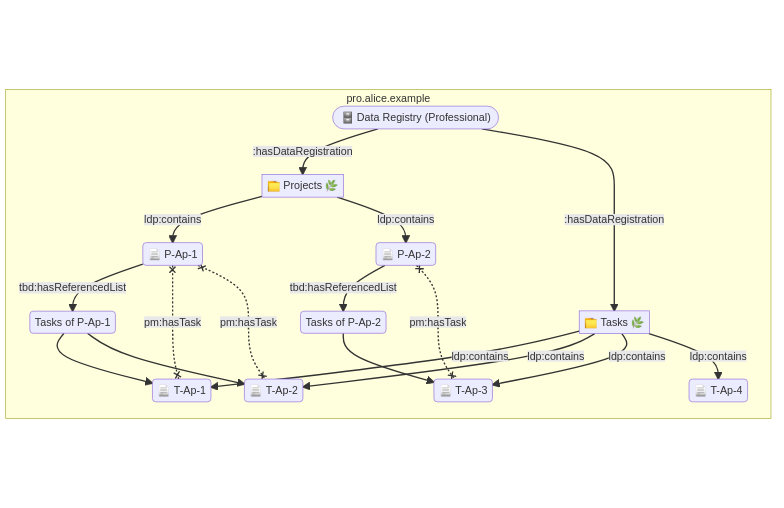
solid/data-interoperability-panel keeps this Mermaid diagram as primer/diagrams/pro.alice.example.flow.mmd.png. Above is the earlier version. Its source is kept beside it as primer/diagrams/pro.alice.example.flow.mmd. The source it was exported from:
```mermaid
flowchart LR

  AliceProRegistry(["🗄️ Data Registry (Professional)"])
  AliceProProjects["📁 Projects 🌿"]
  AliceProTasks["📁 Tasks 🌿"]
  PAp1("📄 P-Ap-1")
  PAp1RFT("Tasks of P-Ap-1")
  PAp2("📄 P-Ap-2")
  PAp2RFT("Tasks of P-Ap-2")
  TAp1("📄 T-Ap-1")
  TAp2("📄 T-Ap-2")
  TAp3("📄 T-Ap-3")
  TAp4("📄 T-Ap-4")

  subgraph pro.alice.example
    AliceProRegistry -- :hasDataRegistration --> AliceProProjects
    AliceProProjects -- ldp:contains --> PAp1
    AliceProProjects -- ldp:contains --> PAp2
    PAp1 -- tbd:hasReferencedList --> PAp1RFT
    PAp2 -- tbd:hasReferencedList --> PAp2RFT
    AliceProRegistry -- :hasDataRegistration --> AliceProTasks
    AliceProTasks -- ldp:contains --> TAp1
    AliceProTasks -- ldp:contains --> TAp2
    AliceProTasks -- ldp:contains --> TAp3
    AliceProTasks -- ldp:contains --> TAp4
    PAp1 x-. pm:hasTask .-x TAp1
    PAp1 x-. pm:hasTask .-x TAp2
    PAp2 x-. pm:hasTask .-x TAp3
    PAp1RFT --> TAp1
    PAp1RFT --> TAp2
    PAp2RFT --> TAp3
  end
```
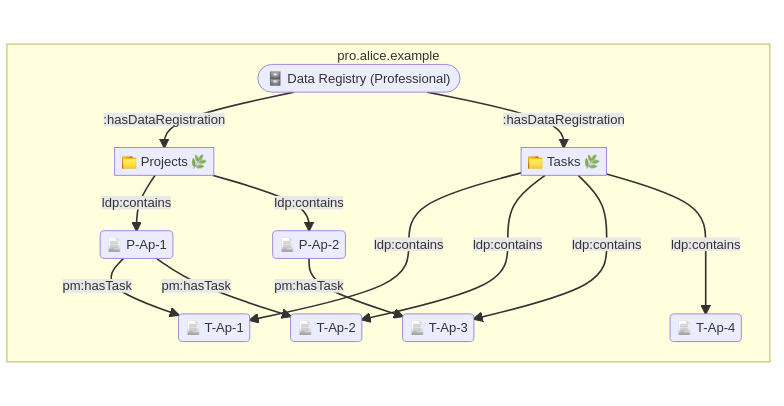
The same file after the commit.

What changed in the source:
```diff
@@ -4,9 +4,7 @@
   AliceProProjects["📁 Projects 🌿"]
   AliceProTasks["📁 Tasks 🌿"]
   PAp1("📄 P-Ap-1")
-  PAp1RFT("Tasks of P-Ap-1")
   PAp2("📄 P-Ap-2")
-  PAp2RFT("Tasks of P-Ap-2")
   TAp1("📄 T-Ap-1")
   TAp2("📄 T-Ap-2")
   TAp3("📄 T-Ap-3")
@@ -16,17 +14,12 @@
     AliceProRegistry -- :hasDataRegistration --> AliceProProjects
     AliceProProjects -- ldp:contains --> PAp1
     AliceProProjects -- ldp:contains --> PAp2
-    PAp1 -- tbd:hasReferencedList --> PAp1RFT
-    PAp2 -- tbd:hasReferencedList --> PAp2RFT
     AliceProRegistry -- :hasDataRegistration --> AliceProTasks
-    AliceProTasks -- ldp:contains --> TAp1
-    AliceProTasks -- ldp:contains --> TAp2
-    AliceProTasks -- ldp:contains --> TAp3
-    AliceProTasks -- ldp:contains --> TAp4
-    PAp1 x-. pm:hasTask .-x TAp1
-    PAp1 x-. pm:hasTask .-x TAp2
-    PAp2 x-. pm:hasTask .-x TAp3
-    PAp1RFT --> TAp1
-    PAp1RFT --> TAp2
-    PAp2RFT --> TAp3
+    AliceProTasks -- ldp:contains ---> TAp1
+    AliceProTasks -- ldp:contains ---> TAp2
+    AliceProTasks -- ldp:contains ---> TAp3
+    AliceProTasks -- ldp:contains ---> TAp4
+    PAp1 -- pm:hasTask --> TAp1
+    PAp1 -- pm:hasTask --> TAp2
+    PAp2 -- pm:hasTask --> TAp3
   end
```
